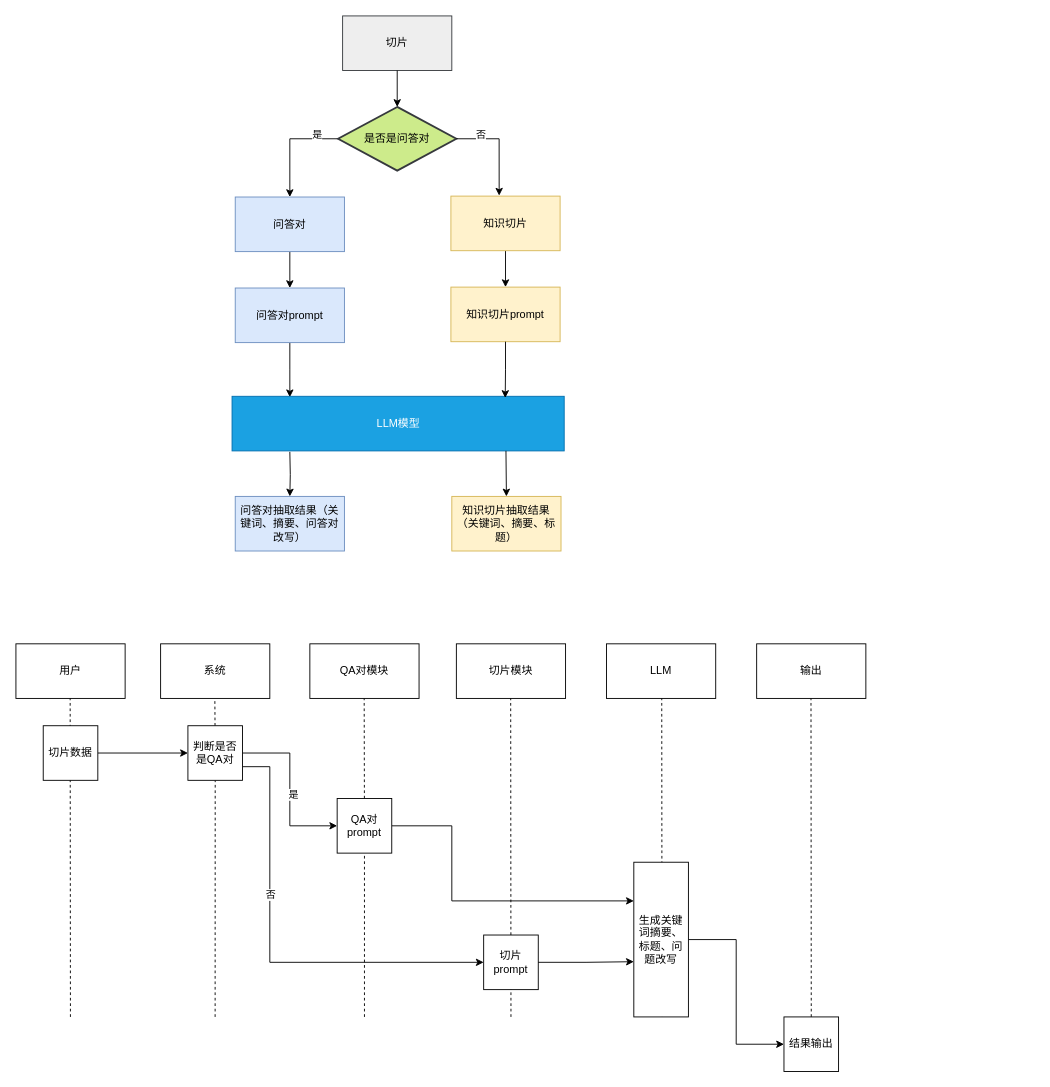
The draw.io diagram 关键词摘要时序图.drawio in archwolf118/AI, before the edit. Source tidied: cells renumbered, new cells numbered last; positions are measured from the earlier drawing's top-left corner, leaving out a move shared by most shapes. Both pictures are drawn from the tidied source at 91%, with x=0, y=0 at pixel (15, 15).
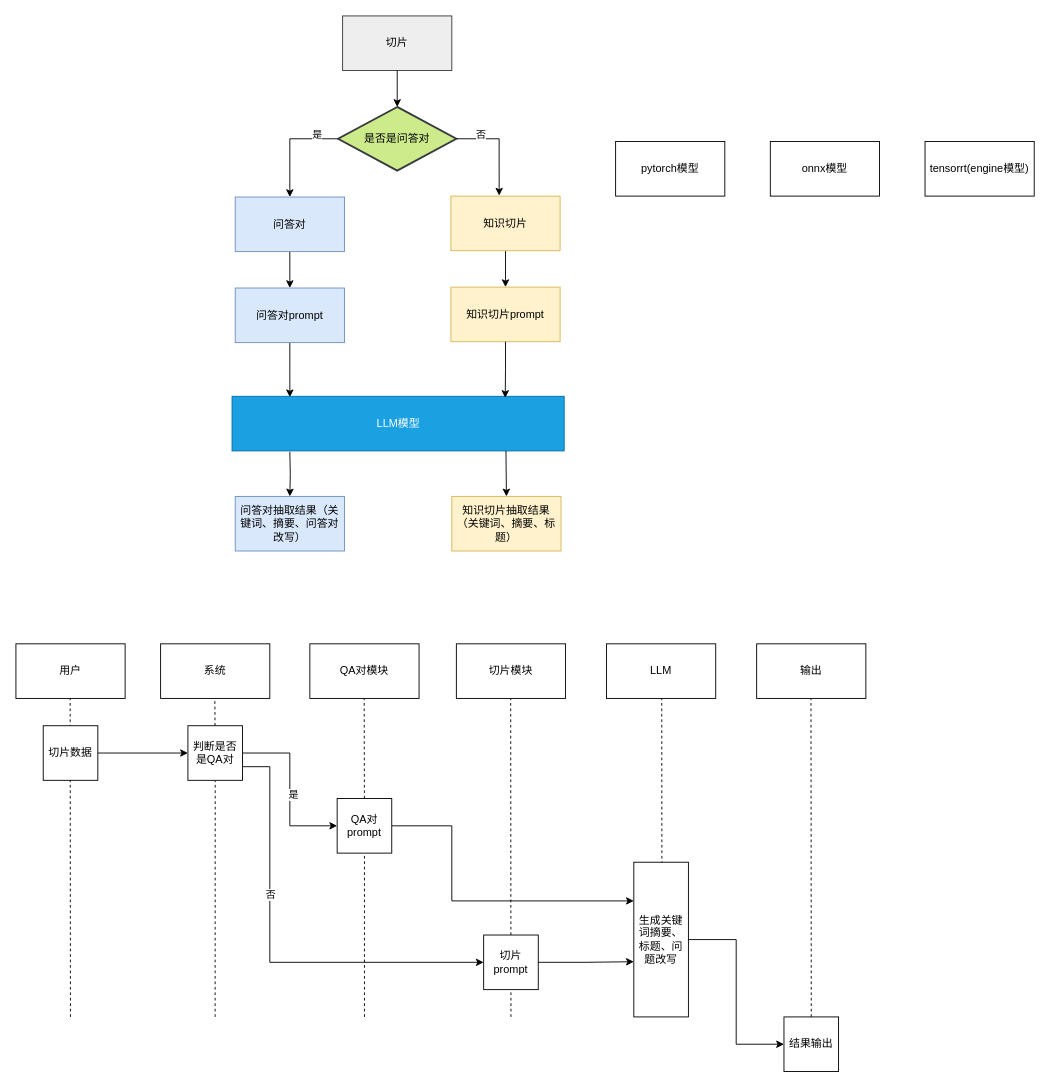
Above is the later version.

Commit message:
Update 关键词摘要时序图.drawio

Change to the diagram source:
```diff
@@
+    <mxCell id="50" value="pytorch模型" style="rounded=0;whiteSpace=wrap;html=1;" parent="1" vertex="1">
+      <mxGeometry x="659" y="138" width="120" height="60" as="geometry" />
+    </mxCell>
+    <mxCell id="51" value="onnx模型" style="rounded=0;whiteSpace=wrap;html=1;" parent="1" vertex="1">
+      <mxGeometry x="829" y="138" width="120" height="60" as="geometry" />
+    </mxCell>
+    <mxCell id="52" value="tensorrt(engine模型)" style="rounded=0;whiteSpace=wrap;html=1;" parent="1" vertex="1">
+      <mxGeometry x="999" y="138" width="120" height="60" as="geometry" />
+    </mxCell>
```
